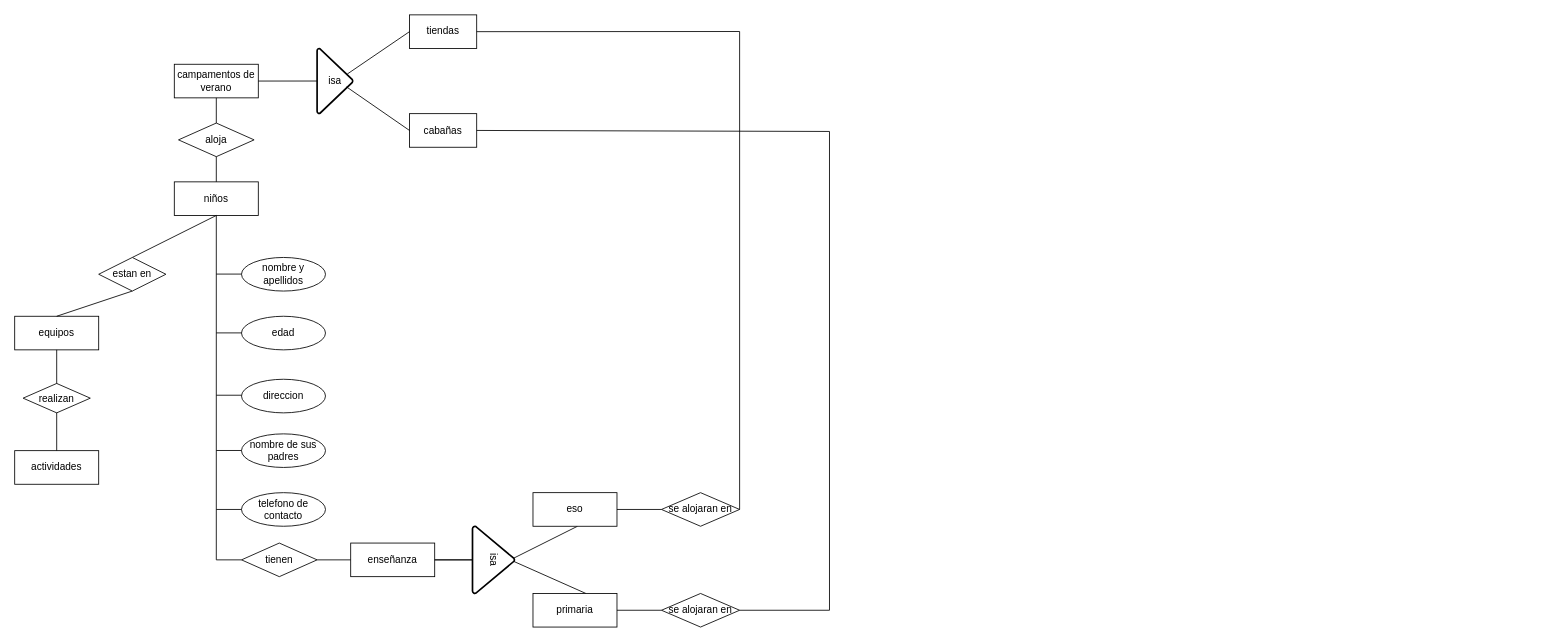
Before: ejercicio campamento.drawio in oscex/BBDD, a draw.io diagram. Source tidied: cells renumbered, new cells numbered last; positions are measured from the earlier drawing's top-left corner, leaving out a move shared by most shapes. Both pictures are drawn from the tidied source at 84%, with x=0, y=0 at pixel (14, 14).
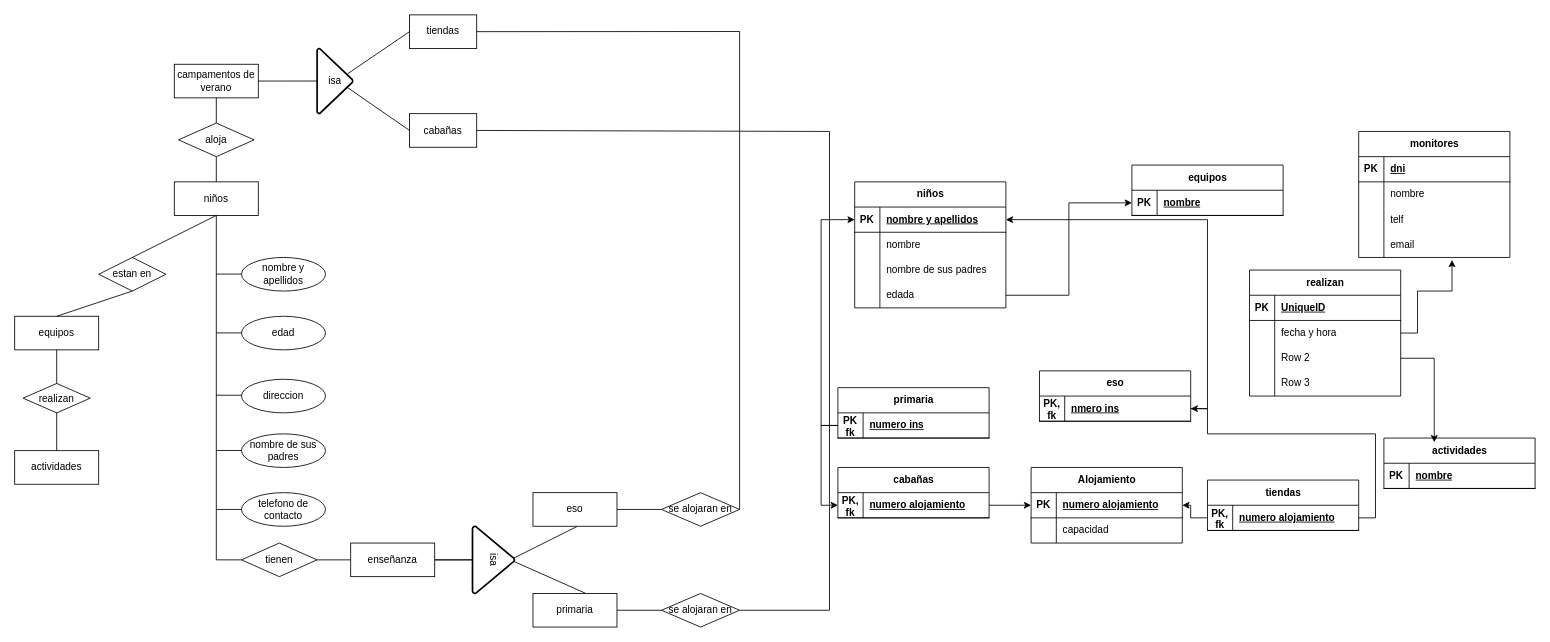
The same diagram, later.

Change to the diagram source:
```diff
@@
+    <mxCell id="45" value="niños" style="shape=table;startSize=30;childLayout=tableLayout;rowLines=0;fontStyle=1;align=center;html=1;" parent="1" vertex="1">
+      <mxGeometry x="1000" y="199" width="180" height="150" as="geometry" />
+    </mxCell>
+    <mxCell id="46" style="shape=tableRow;horizontal=0;startSize=0;swimlaneHead=0;swimlaneBody=0;fillColor=none;points=[[0,0.5],[1,0.5]];portConstraint=eastwest;top=0;left=0;right=0;bottom=1;" parent="45" vertex="1">
+      <mxGeometry y="30" width="180" height="30" as="geometry" />
+    </mxCell>
+    <mxCell id="47" value="PK" style="shape=partialRectangle;fillColor=none;top=0;left=0;bottom=0;right=0;fontStyle=1;overflow=hidden;whiteSpace=wrap;html=1;" parent="46" vertex="1">
+      <mxGeometry width="30" height="30" as="geometry" />
+    </mxCell>
+    <mxCell id="48" value="nombre y apellidos&lt;span style=&quot;white-space: pre;&quot;&gt;&#9;&lt;/span&gt;" style="shape=partialRectangle;fillColor=none;top=0;left=0;bottom=0;right=0;align=left;spacingLeft=6;fontStyle=5;overflow=hidden;whiteSpace=wrap;html=1;" parent="46" vertex="1">
+      <mxGeometry x="30" width="150" height="30" as="geometry" />
+    </mxCell>
+    <mxCell id="49" style="shape=tableRow;horizontal=0;startSize=0;swimlaneHead=0;swimlaneBody=0;fillColor=none;top=0;left=0;right=0;bottom=0;" parent="45" vertex="1">
+      <mxGeometry y="60" width="180" height="30" as="geometry" />
+    </mxCell>
+    <mxCell id="50" style="shape=partialRectangle;fillColor=none;top=0;left=0;bottom=0;right=0;overflow=hidden;whiteSpace=wrap;html=1;" parent="49" vertex="1">
+      <mxGeometry width="30" height="30" as="geometry" />
+    </mxCell>
+    <mxCell id="51" value="nombre" style="shape=partialRectangle;fillColor=none;top=0;left=0;bottom=0;right=0;align=left;spacingLeft=6;overflow=hidden;whiteSpace=wrap;html=1;" parent="49" vertex="1">
+      <mxGeometry x="30" width="150" height="30" as="geometry" />
+    </mxCell>
+    <mxCell id="52" style="shape=tableRow;horizontal=0;startSize=0;swimlaneHead=0;swimlaneBody=0;fillColor=none;top=0;left=0;right=0;bottom=0;" parent="45" vertex="1">
+      <mxGeometry y="90" width="180" height="30" as="geometry" />
+    </mxCell>
+    <mxCell id="53" style="shape=partialRectangle;fillColor=none;top=0;left=0;bottom=0;right=0;overflow=hidden;whiteSpace=wrap;html=1;" parent="52" vertex="1">
+      <mxGeometry width="30" height="30" as="geometry" />
+    </mxCell>
+    <mxCell id="54" value="nombre de sus padres" style="shape=partialRectangle;fillColor=none;top=0;left=0;bottom=0;right=0;align=left;spacingLeft=6;overflow=hidden;whiteSpace=wrap;html=1;" parent="52" vertex="1">
+      <mxGeometry x="30" width="150" height="30" as="geometry" />
+    </mxCell>
+    <mxCell id="55" style="shape=tableRow;horizontal=0;startSize=0;swimlaneHead=0;swimlaneBody=0;fillColor=none;points=[[0,0.5],[1,0.5]];portConstraint=eastwest;top=0;left=0;right=0;bottom=0;" parent="45" vertex="1">
+      <mxGeometry y="120" width="180" height="30" as="geometry" />
+    </mxCell>
+    <mxCell id="56" style="shape=partialRectangle;fillColor=none;top=0;left=0;bottom=0;right=0;overflow=hidden;whiteSpace=wrap;html=1;" parent="55" vertex="1">
+      <mxGeometry width="30" height="30" as="geometry" />
+    </mxCell>
+    <mxCell id="57" value="edada" style="shape=partialRectangle;fillColor=none;top=0;left=0;bottom=0;right=0;align=left;spacingLeft=6;overflow=hidden;whiteSpace=wrap;html=1;" parent="55" vertex="1">
+      <mxGeometry x="30" width="150" height="30" as="geometry" />
+    </mxCell>
+    <mxCell id="58" value="primaria" style="shape=table;startSize=30;childLayout=tableLayout;rowLines=0;fontStyle=1;align=center;html=1;" parent="1" vertex="1">
+      <mxGeometry x="980" y="444" width="180" height="60" as="geometry" />
+    </mxCell>
+    <mxCell id="59" style="shape=tableRow;horizontal=0;startSize=0;swimlaneHead=0;swimlaneBody=0;fillColor=none;points=[[0,0.5],[1,0.5]];portConstraint=eastwest;top=0;left=0;right=0;bottom=1;" parent="58" vertex="1">
+      <mxGeometry y="30" width="180" height="30" as="geometry" />
+    </mxCell>
+    <mxCell id="60" value="PK fk" style="shape=partialRectangle;fillColor=none;top=0;left=0;bottom=0;right=0;fontStyle=1;overflow=hidden;whiteSpace=wrap;html=1;" parent="59" vertex="1">
+      <mxGeometry width="30" height="30" as="geometry" />
+    </mxCell>
+    <mxCell id="61" value="numero ins" style="shape=partialRectangle;fillColor=none;top=0;left=0;bottom=0;right=0;align=left;spacingLeft=6;fontStyle=5;overflow=hidden;whiteSpace=wrap;html=1;" parent="59" vertex="1">
+      <mxGeometry x="30" width="150" height="30" as="geometry" />
+    </mxCell>
+    <mxCell id="62" value="eso" style="shape=table;startSize=30;childLayout=tableLayout;rowLines=0;fontStyle=1;align=center;html=1;" parent="1" vertex="1">
+      <mxGeometry x="1220" y="424" width="180" height="60" as="geometry" />
+    </mxCell>
+    <mxCell id="63" style="shape=tableRow;horizontal=0;startSize=0;swimlaneHead=0;swimlaneBody=0;fillColor=none;points=[[0,0.5],[1,0.5]];portConstraint=eastwest;top=0;left=0;right=0;bottom=1;" parent="62" vertex="1">
+      <mxGeometry y="30" width="180" height="30" as="geometry" />
+    </mxCell>
+    <mxCell id="64" value="PK, fk" style="shape=partialRectangle;fillColor=none;top=0;left=0;bottom=0;right=0;fontStyle=1;overflow=hidden;whiteSpace=wrap;html=1;" parent="63" vertex="1">
+      <mxGeometry width="30" height="30" as="geometry" />
+    </mxCell>
+    <mxCell id="65" value="nmero ins" style="shape=partialRectangle;fillColor=none;top=0;left=0;bottom=0;right=0;align=left;spacingLeft=6;fontStyle=5;overflow=hidden;whiteSpace=wrap;html=1;" parent="63" vertex="1">
+      <mxGeometry x="30" width="150" height="30" as="geometry" />
+    </mxCell>
+    <mxCell id="66" value="cabañas" style="shape=table;startSize=30;childLayout=tableLayout;rowLines=0;fontStyle=1;align=center;html=1;" parent="1" vertex="1">
+      <mxGeometry x="980" y="539" width="180" height="60" as="geometry" />
+    </mxCell>
+    <mxCell id="67" style="shape=tableRow;horizontal=0;startSize=0;swimlaneHead=0;swimlaneBody=0;fillColor=none;points=[[0,0.5],[1,0.5]];portConstraint=eastwest;top=0;left=0;right=0;bottom=1;" parent="66" vertex="1">
+      <mxGeometry y="30" width="180" height="30" as="geometry" />
+    </mxCell>
+    <mxCell id="68" value="PK, fk" style="shape=partialRectangle;fillColor=none;top=0;left=0;bottom=0;right=0;fontStyle=1;overflow=hidden;whiteSpace=wrap;html=1;" parent="67" vertex="1">
+      <mxGeometry width="30" height="30" as="geometry" />
+    </mxCell>
+    <mxCell id="69" value="numero alojamiento" style="shape=partialRectangle;fillColor=none;top=0;left=0;bottom=0;right=0;align=left;spacingLeft=6;fontStyle=5;overflow=hidden;whiteSpace=wrap;html=1;" parent="67" vertex="1">
+      <mxGeometry x="30" width="150" height="30" as="geometry" />
+    </mxCell>
+    <mxCell id="70" value="Alojamiento" style="shape=table;startSize=30;childLayout=tableLayout;rowLines=0;fontStyle=1;align=center;html=1;" parent="1" vertex="1">
+      <mxGeometry x="1210" y="539" width="180" height="90" as="geometry" />
+    </mxCell>
+    <mxCell id="71" style="shape=tableRow;horizontal=0;startSize=0;swimlaneHead=0;swimlaneBody=0;fillColor=none;points=[[0,0.5],[1,0.5]];portConstraint=eastwest;top=0;left=0;right=0;bottom=1;" parent="70" vertex="1">
+      <mxGeometry y="30" width="180" height="30" as="geometry" />
+    </mxCell>
+    <mxCell id="72" value="PK" style="shape=partialRectangle;fillColor=none;top=0;left=0;bottom=0;right=0;fontStyle=1;overflow=hidden;whiteSpace=wrap;html=1;" parent="71" vertex="1">
+      <mxGeometry width="30" height="30" as="geometry" />
+    </mxCell>
+    <mxCell id="73" value="numero alojamiento" style="shape=partialRectangle;fillColor=none;top=0;left=0;bottom=0;right=0;align=left;spacingLeft=6;fontStyle=5;overflow=hidden;whiteSpace=wrap;html=1;" parent="71" vertex="1">
+      <mxGeometry x="30" width="150" height="30" as="geometry" />
+    </mxCell>
+    <mxCell id="74" style="shape=tableRow;horizontal=0;startSize=0;swimlaneHead=0;swimlaneBody=0;fillColor=none;top=0;left=0;right=0;bottom=0;" parent="70" vertex="1">
+      <mxGeometry y="60" width="180" height="30" as="geometry" />
+    </mxCell>
+    <mxCell id="75" style="shape=partialRectangle;fillColor=none;top=0;left=0;bottom=0;right=0;overflow=hidden;whiteSpace=wrap;html=1;" parent="74" vertex="1">
+      <mxGeometry width="30" height="30" as="geometry" />
+    </mxCell>
+    <mxCell id="76" value="capacidad" style="shape=partialRectangle;fillColor=none;top=0;left=0;bottom=0;right=0;align=left;spacingLeft=6;overflow=hidden;whiteSpace=wrap;html=1;" parent="74" vertex="1">
+      <mxGeometry x="30" width="150" height="30" as="geometry" />
+    </mxCell>
+    <mxCell id="77" value="equipos" style="shape=table;startSize=30;childLayout=tableLayout;rowLines=0;fontStyle=1;align=center;html=1;" parent="1" vertex="1">
+      <mxGeometry x="1330" y="179" width="180" height="60" as="geometry" />
+    </mxCell>
+    <mxCell id="78" style="shape=tableRow;horizontal=0;startSize=0;swimlaneHead=0;swimlaneBody=0;fillColor=none;points=[[0,0.5],[1,0.5]];portConstraint=eastwest;top=0;left=0;right=0;bottom=1;" parent="77" vertex="1">
+      <mxGeometry y="30" width="180" height="30" as="geometry" />
+    </mxCell>
+    <mxCell id="79" value="PK" style="shape=partialRectangle;fillColor=none;top=0;left=0;bottom=0;right=0;fontStyle=1;overflow=hidden;whiteSpace=wrap;html=1;" parent="78" vertex="1">
+      <mxGeometry width="30" height="30" as="geometry" />
+    </mxCell>
+    <mxCell id="80" value="nombre" style="shape=partialRectangle;fillColor=none;top=0;left=0;bottom=0;right=0;align=left;spacingLeft=6;fontStyle=5;overflow=hidden;whiteSpace=wrap;html=1;" parent="78" vertex="1">
+      <mxGeometry x="30" width="150" height="30" as="geometry" />
+    </mxCell>
+    <mxCell id="81" value="monitores" style="shape=table;startSize=30;childLayout=tableLayout;rowLines=0;fontStyle=1;align=center;html=1;" parent="1" vertex="1">
+      <mxGeometry x="1600" y="139" width="180" height="150" as="geometry" />
+    </mxCell>
+    <mxCell id="82" style="shape=tableRow;horizontal=0;startSize=0;swimlaneHead=0;swimlaneBody=0;fillColor=none;top=0;left=0;right=0;bottom=1;" parent="81" vertex="1">
+      <mxGeometry y="30" width="180" height="30" as="geometry" />
+    </mxCell>
+    <mxCell id="83" value="PK" style="shape=partialRectangle;fillColor=none;top=0;left=0;bottom=0;right=0;fontStyle=1;overflow=hidden;whiteSpace=wrap;html=1;" parent="82" vertex="1">
+      <mxGeometry width="30" height="30" as="geometry" />
+    </mxCell>
+    <mxCell id="84" value="dni" style="shape=partialRectangle;fillColor=none;top=0;left=0;bottom=0;right=0;align=left;spacingLeft=6;fontStyle=5;overflow=hidden;whiteSpace=wrap;html=1;" parent="82" vertex="1">
+      <mxGeometry x="30" width="150" height="30" as="geometry" />
+    </mxCell>
+    <mxCell id="85" style="shape=tableRow;horizontal=0;startSize=0;swimlaneHead=0;swimlaneBody=0;fillColor=none;top=0;left=0;right=0;bottom=0;" parent="81" vertex="1">
+      <mxGeometry y="60" width="180" height="30" as="geometry" />
+    </mxCell>
+    <mxCell id="86" style="shape=partialRectangle;fillColor=none;top=0;left=0;bottom=0;right=0;overflow=hidden;whiteSpace=wrap;html=1;" parent="85" vertex="1">
+      <mxGeometry width="30" height="30" as="geometry" />
+    </mxCell>
+    <mxCell id="87" value="nombre" style="shape=partialRectangle;fillColor=none;top=0;left=0;bottom=0;right=0;align=left;spacingLeft=6;overflow=hidden;whiteSpace=wrap;html=1;" parent="85" vertex="1">
+      <mxGeometry x="30" width="150" height="30" as="geometry" />
+    </mxCell>
+    <mxCell id="88" style="shape=tableRow;horizontal=0;startSize=0;swimlaneHead=0;swimlaneBody=0;fillColor=none;top=0;left=0;right=0;bottom=0;" parent="81" vertex="1">
+      <mxGeometry y="90" width="180" height="30" as="geometry" />
+    </mxCell>
+    <mxCell id="89" style="shape=partialRectangle;fillColor=none;top=0;left=0;bottom=0;right=0;overflow=hidden;whiteSpace=wrap;html=1;" parent="88" vertex="1">
+      <mxGeometry width="30" height="30" as="geometry" />
+    </mxCell>
+    <mxCell id="90" value="telf" style="shape=partialRectangle;fillColor=none;top=0;left=0;bottom=0;right=0;align=left;spacingLeft=6;overflow=hidden;whiteSpace=wrap;html=1;" parent="88" vertex="1">
+      <mxGeometry x="30" width="150" height="30" as="geometry" />
+    </mxCell>
+    <mxCell id="91" style="shape=tableRow;horizontal=0;startSize=0;swimlaneHead=0;swimlaneBody=0;fillColor=none;points=[[0,0.5],[1,0.5]];portConstraint=eastwest;top=0;left=0;right=0;bottom=0;" parent="81" vertex="1">
+      <mxGeometry y="120" width="180" height="30" as="geometry" />
+    </mxCell>
+    <mxCell id="92" style="shape=partialRectangle;fillColor=none;top=0;left=0;bottom=0;right=0;overflow=hidden;whiteSpace=wrap;html=1;" parent="91" vertex="1">
+      <mxGeometry width="30" height="30" as="geometry" />
+    </mxCell>
+    <mxCell id="93" value="email" style="shape=partialRectangle;fillColor=none;top=0;left=0;bottom=0;right=0;align=left;spacingLeft=6;overflow=hidden;whiteSpace=wrap;html=1;" parent="91" vertex="1">
+      <mxGeometry x="30" width="150" height="30" as="geometry" />
+    </mxCell>
+    <mxCell id="94" value="actividades" style="shape=table;startSize=30;childLayout=tableLayout;rowLines=0;fontStyle=1;align=center;html=1;" parent="1" vertex="1">
+      <mxGeometry x="1630" y="504" width="180" height="60" as="geometry" />
+    </mxCell>
+    <mxCell id="95" style="shape=tableRow;horizontal=0;startSize=0;swimlaneHead=0;swimlaneBody=0;fillColor=none;top=0;left=0;right=0;bottom=1;" parent="94" vertex="1">
+      <mxGeometry y="30" width="180" height="30" as="geometry" />
+    </mxCell>
+    <mxCell id="96" value="PK" style="shape=partialRectangle;fillColor=none;top=0;left=0;bottom=0;right=0;fontStyle=1;overflow=hidden;whiteSpace=wrap;html=1;" parent="95" vertex="1">
+      <mxGeometry width="30" height="30" as="geometry" />
+    </mxCell>
+    <mxCell id="97" value="nombre" style="shape=partialRectangle;fillColor=none;top=0;left=0;bottom=0;right=0;align=left;spacingLeft=6;fontStyle=5;overflow=hidden;whiteSpace=wrap;html=1;" parent="95" vertex="1">
+      <mxGeometry x="30" width="150" height="30" as="geometry" />
+    </mxCell>
+    <mxCell id="98" style="edgeStyle=orthogonalEdgeStyle;rounded=0;jettySize=auto;html=1;exitX=1;exitY=0.5;exitDx=0;exitDy=0;" parent="1" edge="1" source="55" target="78">
+      <mxGeometry relative="1" as="geometry" />
+    </mxCell>
+    <mxCell id="99" style="edgeStyle=orthogonalEdgeStyle;rounded=0;jettySize=auto;html=1;exitX=1;exitY=0.5;exitDx=0;exitDy=0;" parent="1" edge="1" source="63" target="46">
+      <mxGeometry relative="1" as="geometry" />
+    </mxCell>
+    <mxCell id="100" style="edgeStyle=orthogonalEdgeStyle;rounded=0;jettySize=auto;html=1;exitX=0;exitY=0.5;exitDx=0;exitDy=0;entryX=0;entryY=0.5;entryDx=0;entryDy=0;" parent="1" edge="1" source="59" target="46">
+      <mxGeometry relative="1" as="geometry" />
+    </mxCell>
+    <mxCell id="101" value="tiendas" style="shape=table;startSize=30;childLayout=tableLayout;rowLines=0;fontStyle=1;align=center;html=1;" parent="1" vertex="1">
+      <mxGeometry x="1420" y="554" width="180" height="60" as="geometry" />
+    </mxCell>
+    <mxCell id="102" style="shape=tableRow;horizontal=0;startSize=0;swimlaneHead=0;swimlaneBody=0;fillColor=none;points=[[0,0.5],[1,0.5]];portConstraint=eastwest;top=0;left=0;right=0;bottom=1;" parent="101" vertex="1">
+      <mxGeometry y="30" width="180" height="30" as="geometry" />
+    </mxCell>
+    <mxCell id="103" value="PK, fk" style="shape=partialRectangle;fillColor=none;top=0;left=0;bottom=0;right=0;fontStyle=1;overflow=hidden;whiteSpace=wrap;html=1;" parent="102" vertex="1">
+      <mxGeometry width="30" height="30" as="geometry" />
+    </mxCell>
+    <mxCell id="104" value="numero alojamiento" style="shape=partialRectangle;fillColor=none;top=0;left=0;bottom=0;right=0;align=left;spacingLeft=6;fontStyle=5;overflow=hidden;whiteSpace=wrap;html=1;" parent="102" vertex="1">
+      <mxGeometry x="30" width="150" height="30" as="geometry" />
+    </mxCell>
+    <mxCell id="105" style="edgeStyle=orthogonalEdgeStyle;rounded=0;jettySize=auto;html=1;exitX=0;exitY=0.5;exitDx=0;exitDy=0;entryX=0;entryY=0.5;entryDx=0;entryDy=0;" parent="1" edge="1" source="59" target="67">
+      <mxGeometry relative="1" as="geometry" />
+    </mxCell>
+    <mxCell id="106" style="edgeStyle=orthogonalEdgeStyle;rounded=0;jettySize=auto;html=1;exitX=1;exitY=0.5;exitDx=0;exitDy=0;entryX=0;entryY=0.5;entryDx=0;entryDy=0;" parent="1" edge="1" source="67" target="71">
+      <mxGeometry relative="1" as="geometry" />
+    </mxCell>
+    <mxCell id="107" style="edgeStyle=orthogonalEdgeStyle;rounded=0;jettySize=auto;html=1;exitX=0;exitY=0.5;exitDx=0;exitDy=0;" parent="1" edge="1" source="102" target="71">
+      <mxGeometry relative="1" as="geometry" />
+    </mxCell>
+    <mxCell id="108" style="edgeStyle=orthogonalEdgeStyle;rounded=0;jettySize=auto;html=1;exitX=1;exitY=0.5;exitDx=0;exitDy=0;entryX=1;entryY=0.5;entryDx=0;entryDy=0;" parent="1" edge="1" source="102" target="63">
+      <mxGeometry relative="1" as="geometry">
+        <Array as="points">
+          <mxPoint x="1620" y="599" />
+          <mxPoint x="1620" y="499" />
+          <mxPoint x="1420" y="499" />
+          <mxPoint x="1420" y="469" />
+        </Array>
+      </mxGeometry>
+    </mxCell>
+    <mxCell id="109" value="realizan" style="shape=table;startSize=30;childLayout=tableLayout;rowLines=0;fontStyle=1;align=center;html=1;" parent="1" vertex="1">
+      <mxGeometry x="1470" y="304" width="180" height="150" as="geometry" />
+    </mxCell>
+    <mxCell id="110" style="shape=tableRow;horizontal=0;startSize=0;swimlaneHead=0;swimlaneBody=0;fillColor=none;top=0;left=0;right=0;bottom=1;" parent="109" vertex="1">
+      <mxGeometry y="30" width="180" height="30" as="geometry" />
+    </mxCell>
+    <mxCell id="111" value="PK" style="shape=partialRectangle;fillColor=none;top=0;left=0;bottom=0;right=0;fontStyle=1;overflow=hidden;whiteSpace=wrap;html=1;" parent="110" vertex="1">
+      <mxGeometry width="30" height="30" as="geometry" />
+    </mxCell>
+    <mxCell id="112" value="UniqueID" style="shape=partialRectangle;fillColor=none;top=0;left=0;bottom=0;right=0;align=left;spacingLeft=6;fontStyle=5;overflow=hidden;whiteSpace=wrap;html=1;" parent="110" vertex="1">
+      <mxGeometry x="30" width="150" height="30" as="geometry" />
+    </mxCell>
+    <mxCell id="113" style="shape=tableRow;horizontal=0;startSize=0;swimlaneHead=0;swimlaneBody=0;fillColor=none;points=[[0,0.5],[1,0.5]];portConstraint=eastwest;top=0;left=0;right=0;bottom=0;" parent="109" vertex="1">
+      <mxGeometry y="60" width="180" height="30" as="geometry" />
+    </mxCell>
+    <mxCell id="114" style="shape=partialRectangle;fillColor=none;top=0;left=0;bottom=0;right=0;overflow=hidden;whiteSpace=wrap;html=1;" parent="113" vertex="1">
+      <mxGeometry width="30" height="30" as="geometry" />
+    </mxCell>
+    <mxCell id="115" value="fecha y hora" style="shape=partialRectangle;fillColor=none;top=0;left=0;bottom=0;right=0;align=left;spacingLeft=6;overflow=hidden;whiteSpace=wrap;html=1;" parent="113" vertex="1">
+      <mxGeometry x="30" width="150" height="30" as="geometry" />
+    </mxCell>
+    <mxCell id="116" style="shape=tableRow;horizontal=0;startSize=0;swimlaneHead=0;swimlaneBody=0;fillColor=none;points=[[0,0.5],[1,0.5]];portConstraint=eastwest;top=0;left=0;right=0;bottom=0;" parent="109" vertex="1">
+      <mxGeometry y="90" width="180" height="30" as="geometry" />
+    </mxCell>
+    <mxCell id="117" style="shape=partialRectangle;fillColor=none;top=0;left=0;bottom=0;right=0;overflow=hidden;whiteSpace=wrap;html=1;" parent="116" vertex="1">
+      <mxGeometry width="30" height="30" as="geometry" />
+    </mxCell>
+    <mxCell id="118" value="Row 2" style="shape=partialRectangle;fillColor=none;top=0;left=0;bottom=0;right=0;align=left;spacingLeft=6;overflow=hidden;whiteSpace=wrap;html=1;" parent="116" vertex="1">
+      <mxGeometry x="30" width="150" height="30" as="geometry" />
+    </mxCell>
+    <mxCell id="119" style="shape=tableRow;horizontal=0;startSize=0;swimlaneHead=0;swimlaneBody=0;fillColor=none;top=0;left=0;right=0;bottom=0;" parent="109" vertex="1">
+      <mxGeometry y="120" width="180" height="30" as="geometry" />
+    </mxCell>
+    <mxCell id="120" style="shape=partialRectangle;fillColor=none;top=0;left=0;bottom=0;right=0;overflow=hidden;whiteSpace=wrap;html=1;" parent="119" vertex="1">
+      <mxGeometry width="30" height="30" as="geometry" />
+    </mxCell>
+    <mxCell id="121" value="Row 3" style="shape=partialRectangle;fillColor=none;top=0;left=0;bottom=0;right=0;align=left;spacingLeft=6;overflow=hidden;whiteSpace=wrap;html=1;" parent="119" vertex="1">
+      <mxGeometry x="30" width="150" height="30" as="geometry" />
+    </mxCell>
+    <mxCell id="122" style="edgeStyle=orthogonalEdgeStyle;rounded=0;jettySize=auto;html=1;exitX=1;exitY=0.5;exitDx=0;exitDy=0;entryX=0.333;entryY=0.083;entryDx=0;entryDy=0;entryPerimeter=0;" parent="1" edge="1" source="116" target="94">
+      <mxGeometry relative="1" as="geometry" />
+    </mxCell>
+    <mxCell id="123" style="edgeStyle=orthogonalEdgeStyle;rounded=0;jettySize=auto;html=1;exitX=1;exitY=0.5;exitDx=0;exitDy=0;entryX=0.617;entryY=1.1;entryDx=0;entryDy=0;entryPerimeter=0;" parent="1" edge="1" source="113" target="91">
+      <mxGeometry relative="1" as="geometry">
+        <Array as="points">
+          <mxPoint x="1670" y="379" />
+          <mxPoint x="1670" y="329" />
+          <mxPoint x="1711" y="329" />
+        </Array>
+      </mxGeometry>
+    </mxCell>
```
